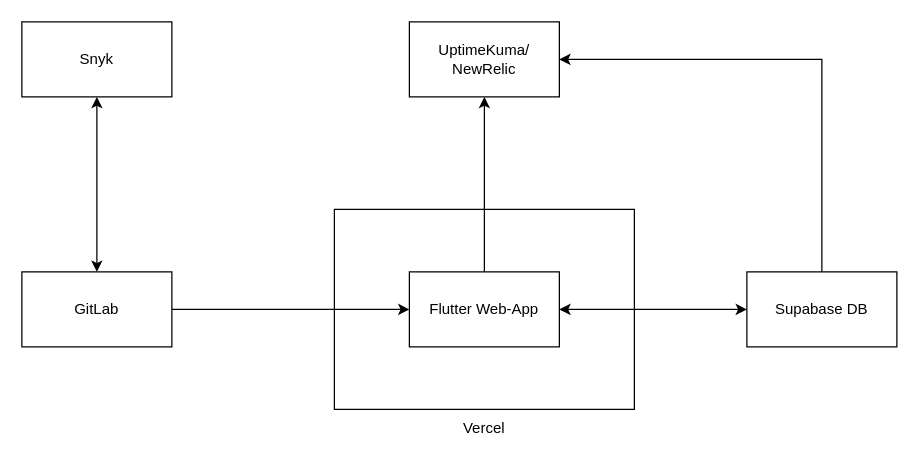
Above: Assets/component-diagram.drawio in saufdermaur/GIBZ-M324-AboTracker (draw.io), before the change. Source tidied: cells renumbered, new cells numbered last; positions are measured from the earlier drawing's top-left corner, leaving out a move shared by most shapes. Both pictures are drawn from the tidied source at 125%, with x=0, y=0 at pixel (21, 21).
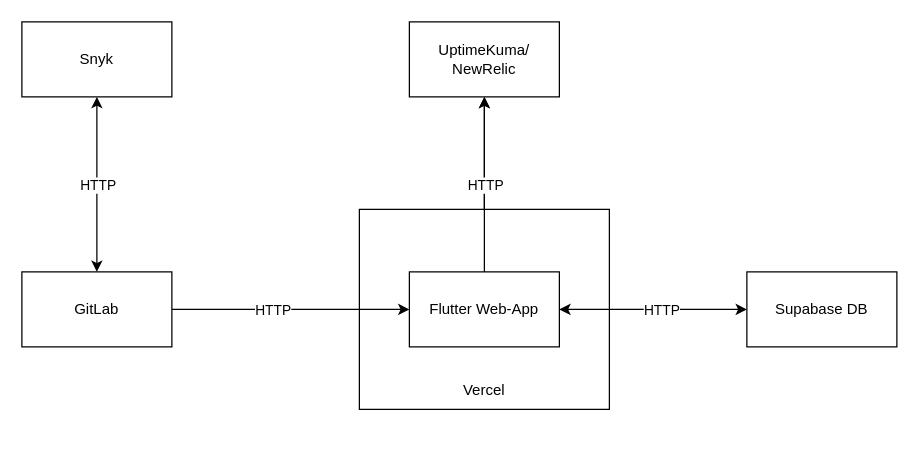
The same page after the edit.

Unchanged cells that the change refers to:
```xml
<mxCell id="3" value="Supabase DB" style="rounded=0;whiteSpace=wrap;html=1;" parent="1" vertex="1">
  <mxGeometry x="580" y="200" width="120" height="60" as="geometry" />
</mxCell>
<mxCell id="6" style="endArrow=classic;startArrow=classic;html=1;rounded=0;entryX=0;entryY=0.5;entryDx=0;entryDy=0;exitX=1;exitY=0.5;exitDx=0;exitDy=0;" parent="1" edge="1" source="13" target="3">
  <mxGeometry relative="1" as="geometry" />
</mxCell>
<mxCell id="8" value="GitLab" style="rounded=0;whiteSpace=wrap;html=1;" parent="1" vertex="1">
  <mxGeometry y="200" width="120" height="60" as="geometry" />
</mxCell>
<mxCell id="9" value="UptimeKuma/&lt;div&gt;NewRelic&lt;/div&gt;" style="rounded=0;whiteSpace=wrap;html=1;" parent="1" vertex="1">
  <mxGeometry x="310" width="120" height="60" as="geometry" />
</mxCell>
<mxCell id="11" style="endArrow=classic;startArrow=classic;html=1;rounded=0;entryX=0.5;entryY=1;entryDx=0;entryDy=0;exitX=0.5;exitY=0;exitDx=0;exitDy=0;" parent="1" edge="1" source="8" target="10">
  <mxGeometry relative="1" as="geometry" />
</mxCell>
<mxCell id="12" style="edgeStyle=orthogonalEdgeStyle;rounded=0;jettySize=auto;html=1;entryX=0.5;entryY=1;entryDx=0;entryDy=0;" parent="1" edge="1" source="13" target="9">
  <mxGeometry relative="1" as="geometry" />
</mxCell>
<mxCell id="13" value="Flutter Web-App" style="rounded=0;whiteSpace=wrap;html=1;" parent="1" vertex="1">
  <mxGeometry x="310" y="200" width="120" height="60" as="geometry" />
</mxCell>
```

Change to the diagram source:
```diff
@@
-    <mxCell id="2" style="edgeStyle=orthogonalEdgeStyle;rounded=0;jettySize=auto;html=1;entryX=1;entryY=0.5;entryDx=0;entryDy=0;" parent="1" edge="1" source="3" target="9">
-      <mxGeometry relative="1" as="geometry">
-        <Array as="points">
-          <mxPoint x="640" y="30" />
-        </Array>
-      </mxGeometry>
-    </mxCell>
@@
+    <mxCell id="14" style="edgeStyle=orthogonalEdgeStyle;rounded=0;jettySize=auto;html=1;" parent="1" edge="1" source="4" target="9">
+      <mxGeometry relative="1" as="geometry" />
+    </mxCell>
     <mxCell id="4" style="rounded=0;whiteSpace=wrap;html=1;" parent="1" vertex="1">
-      <mxGeometry x="250" y="150" width="240" height="160" as="geometry" />
+      <mxGeometry x="270" y="150" width="200" height="160" as="geometry" />
     </mxCell>
     <mxCell id="5" value="Vercel" style="text;html=1;align=center;verticalAlign=middle;whiteSpace=wrap;rounded=0;" parent="1" vertex="1">
-      <mxGeometry x="340" y="310" width="60" height="30" as="geometry" />
+      <mxGeometry x="340" y="280" width="60" height="30" as="geometry" />
     </mxCell>
@@
+    <mxCell id="15" value="HTTP" style="edgeLabel;html=1;align=center;verticalAlign=middle;" parent="6" vertex="1">
+      <mxGeometry x="-0.1" y="5" relative="1" as="geometry">
+        <mxPoint x="13" y="5" as="offset" />
+      </mxGeometry>
+    </mxCell>
-    <mxCell id="7" style="edgeStyle=orthogonalEdgeStyle;rounded=0;jettySize=auto;html=1;entryX=0;entryY=0.5;entryDx=0;entryDy=0;" parent="1" edge="1" source="8" target="13">
+    <mxCell id="7" value="&lt;div&gt;&lt;br/&gt;&lt;/div&gt;" style="edgeStyle=orthogonalEdgeStyle;rounded=0;jettySize=auto;html=1;entryX=0;entryY=0.5;entryDx=0;entryDy=0;" parent="1" edge="1" source="8" target="13">
       <mxGeometry relative="1" as="geometry" />
     </mxCell>
+    <mxCell id="16" value="HTTP" style="edgeLabel;html=1;align=center;verticalAlign=middle;" parent="7" vertex="1">
+      <mxGeometry y="-2" relative="1" as="geometry">
+        <mxPoint x="-15" y="-2" as="offset" />
+      </mxGeometry>
+    </mxCell>
@@
+    <mxCell id="17" value="HTTP" style="edgeLabel;html=1;align=center;verticalAlign=middle;" parent="11" vertex="1">
+      <mxGeometry x="0.11" y="-5" relative="1" as="geometry">
+        <mxPoint x="-5" y="8" as="offset" />
+      </mxGeometry>
+    </mxCell>
@@
+    <mxCell id="18" value="HTTP" style="edgeLabel;html=1;align=center;verticalAlign=middle;" parent="12" vertex="1">
+      <mxGeometry y="-5" relative="1" as="geometry">
+        <mxPoint x="-5" as="offset" />
+      </mxGeometry>
+    </mxCell>
```
